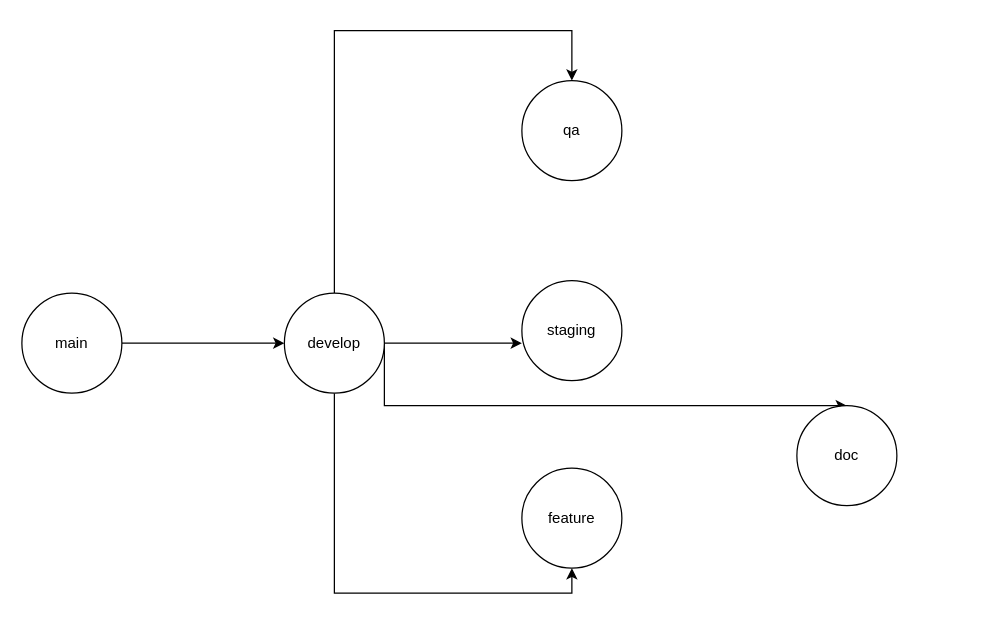
The draw.io diagram GitFlowflutter.drawio in EstebanGitPro/Digramas, before the edit. Source tidied: cells renumbered, new cells numbered last; positions are measured from the earlier drawing's top-left corner, leaving out a move shared by most shapes. Both pictures are drawn from the tidied source at 125%, with x=0, y=0 at pixel (21, 30).
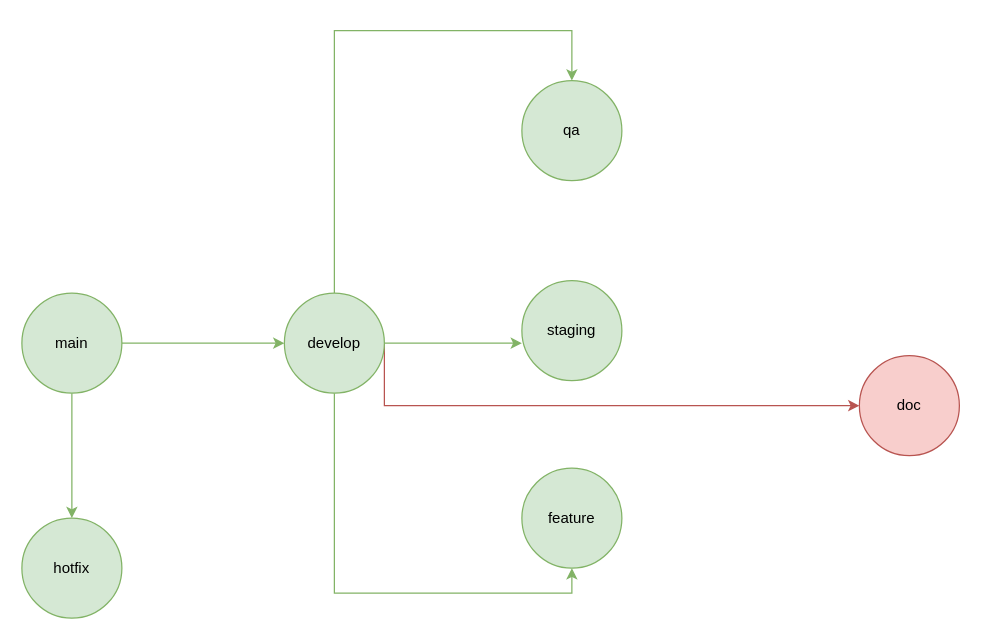
Above is the later version.

Diff of the diagram source:
```diff
@@
 <mxGraphModel>
   <root>
     <mxCell id="0" />
     <mxCell id="1" parent="0" />
-    <mxCell id="2" style="edgeStyle=orthogonalEdgeStyle;rounded=0;jettySize=auto;html=1;" parent="1" edge="1" source="3" target="7">
+    <mxCell id="2" style="edgeStyle=orthogonalEdgeStyle;rounded=0;jettySize=auto;html=1;fillColor=#d5e8d4;strokeColor=#82b366;" parent="1" edge="1" source="3" target="7">
       <mxGeometry relative="1" as="geometry" />
     </mxCell>
+    <mxCell id="13" style="edgeStyle=orthogonalEdgeStyle;rounded=0;jettySize=auto;html=1;entryX=0.5;entryY=0;entryDx=0;entryDy=0;fillColor=#d5e8d4;strokeColor=#82b366;" parent="1" edge="1" source="3" target="14">
+      <mxGeometry relative="1" as="geometry" />
+    </mxCell>
-    <mxCell id="3" value="main" style="ellipse;whiteSpace=wrap;html=1;" parent="1" vertex="1">
+    <mxCell id="3" value="main" style="ellipse;whiteSpace=wrap;html=1;fillColor=#d5e8d4;strokeColor=#82b366;" parent="1" vertex="1">
       <mxGeometry y="210" width="80" height="80" as="geometry" />
     </mxCell>
-    <mxCell id="4" style="edgeStyle=orthogonalEdgeStyle;rounded=0;jettySize=auto;html=1;" parent="1" edge="1" source="7" target="8">
+    <mxCell id="4" style="edgeStyle=orthogonalEdgeStyle;rounded=0;jettySize=auto;html=1;fillColor=#d5e8d4;strokeColor=#82b366;" parent="1" edge="1" source="7" target="8">
       <mxGeometry relative="1" as="geometry">
         <Array as="points">
           <mxPoint x="250" />
           <mxPoint x="440" />
         </Array>
       </mxGeometry>
     </mxCell>
-    <mxCell id="5" style="edgeStyle=orthogonalEdgeStyle;rounded=0;jettySize=auto;html=1;entryX=0.5;entryY=1;entryDx=0;entryDy=0;" parent="1" edge="1" source="7" target="10">
+    <mxCell id="5" style="edgeStyle=orthogonalEdgeStyle;rounded=0;jettySize=auto;html=1;entryX=0.5;entryY=1;entryDx=0;entryDy=0;fillColor=#d5e8d4;strokeColor=#82b366;" parent="1" edge="1" source="7" target="10">
       <mxGeometry relative="1" as="geometry">
         <Array as="points">
           <mxPoint x="250" y="450" />
           <mxPoint x="440" y="450" />
         </Array>
       </mxGeometry>
     </mxCell>
-    <mxCell id="6" style="edgeStyle=orthogonalEdgeStyle;rounded=0;jettySize=auto;html=1;exitX=1;exitY=0.5;exitDx=0;exitDy=0;" parent="1" edge="1" source="7" target="12">
+    <mxCell id="6" style="edgeStyle=orthogonalEdgeStyle;rounded=0;jettySize=auto;html=1;exitX=1;exitY=0.5;exitDx=0;exitDy=0;fillColor=#f8cecc;strokeColor=#b85450;" parent="1" edge="1" source="7" target="12">
       <mxGeometry relative="1" as="geometry">
         <Array as="points">
           <mxPoint x="290" y="300" />
         </Array>
       </mxGeometry>
     </mxCell>
-    <mxCell id="7" value="develop" style="ellipse;whiteSpace=wrap;html=1;" parent="1" vertex="1">
+    <mxCell id="7" value="develop" style="ellipse;whiteSpace=wrap;html=1;fillColor=#d5e8d4;strokeColor=#82b366;" parent="1" vertex="1">
       <mxGeometry x="210" y="210" width="80" height="80" as="geometry" />
     </mxCell>
-    <mxCell id="8" value="qa" style="ellipse;whiteSpace=wrap;html=1;" parent="1" vertex="1">
+    <mxCell id="8" value="qa" style="ellipse;whiteSpace=wrap;html=1;fillColor=#d5e8d4;strokeColor=#82b366;" parent="1" vertex="1">
       <mxGeometry x="400" y="40" width="80" height="80" as="geometry" />
     </mxCell>
-    <mxCell id="9" value="staging" style="ellipse;whiteSpace=wrap;html=1;" parent="1" vertex="1">
+    <mxCell id="9" value="staging" style="ellipse;whiteSpace=wrap;html=1;fillColor=#d5e8d4;strokeColor=#82b366;" parent="1" vertex="1">
       <mxGeometry x="400" y="200" width="80" height="80" as="geometry" />
     </mxCell>
-    <mxCell id="10" value="feature" style="ellipse;whiteSpace=wrap;html=1;" parent="1" vertex="1">
+    <mxCell id="10" value="feature" style="ellipse;whiteSpace=wrap;html=1;fillColor=#d5e8d4;strokeColor=#82b366;" parent="1" vertex="1">
       <mxGeometry x="400" y="350" width="80" height="80" as="geometry" />
     </mxCell>
-    <mxCell id="11" style="edgeStyle=orthogonalEdgeStyle;rounded=0;jettySize=auto;html=1;entryX=0;entryY=0.625;entryDx=0;entryDy=0;entryPerimeter=0;" parent="1" edge="1" source="7" target="9">
+    <mxCell id="11" style="edgeStyle=orthogonalEdgeStyle;rounded=0;jettySize=auto;html=1;entryX=0;entryY=0.625;entryDx=0;entryDy=0;entryPerimeter=0;fillColor=#d5e8d4;strokeColor=#82b366;" parent="1" edge="1" source="7" target="9">
       <mxGeometry relative="1" as="geometry" />
     </mxCell>
-    <mxCell id="12" value="doc" style="ellipse;whiteSpace=wrap;html=1;" parent="1" vertex="1">
-      <mxGeometry x="620" y="300" width="80" height="80" as="geometry" />
+    <mxCell id="12" value="doc" style="ellipse;whiteSpace=wrap;html=1;fillColor=#f8cecc;strokeColor=#b85450;" parent="1" vertex="1">
+      <mxGeometry x="670" y="260" width="80" height="80" as="geometry" />
     </mxCell>
+    <mxCell id="14" value="hotfix" style="ellipse;whiteSpace=wrap;html=1;fillColor=#d5e8d4;strokeColor=#82b366;" parent="1" vertex="1">
+      <mxGeometry y="390" width="80" height="80" as="geometry" />
+    </mxCell>
   </root>
 </mxGraphModel>
```
